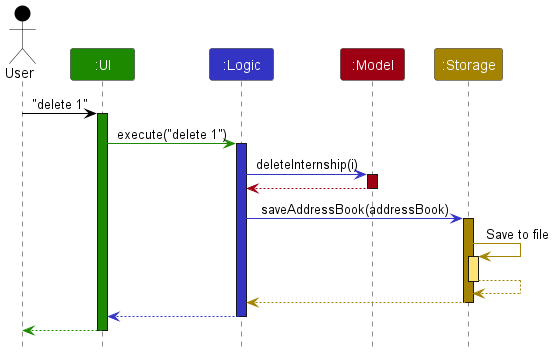
This is docs/images/ArchitectureSequenceDiagram.png from nus-cs2103-AY2223S1/tp, a PlantUML export, as it was before one commit.
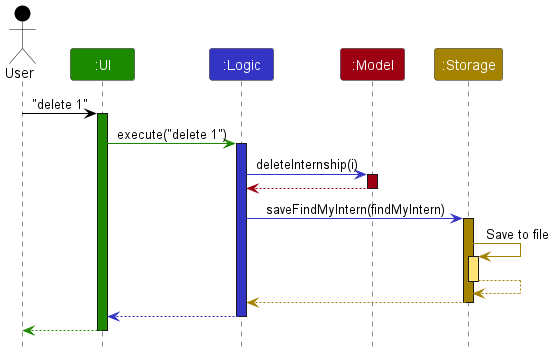
After the change.

What changed in the source:
```diff
@@ -19,7 +19,7 @@
 model -[MODEL_COLOR]-> logic
 deactivate model
 
-logic -[LOGIC_COLOR]> storage : saveAddressBook(addressBook)
+logic -[LOGIC_COLOR]> storage : saveFindMyIntern(findMyIntern)
 activate storage STORAGE_COLOR
 
 storage -[STORAGE_COLOR]> storage : Save to file
```
